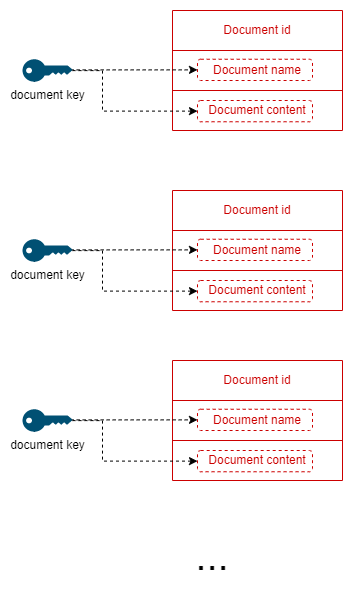
Earlier version of the draw.io export readme-images/Storage documents.drawio.png (damienmaier/encrypted-vault). Source tidied: cells renumbered, new cells last; positions are measured from the earlier drawing's top-left corner, leaving out a move shared by most shapes.
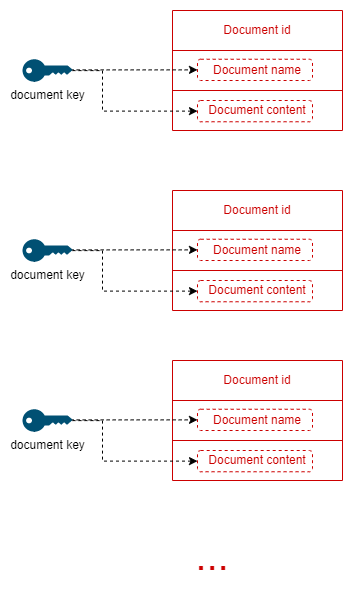
Later version of the same file.

Change to the diagram source:
```diff
@@ -42,7 +42,7 @@
     <mxCell id="11" value="document key" style="points=[[0,0.5,0],[0.24,0,0],[0.5,0.28,0],[0.995,0.475,0],[0.5,0.72,0],[0.24,1,0]];verticalLabelPosition=bottom;sketch=0;html=1;verticalAlign=top;align=center;shape=mxgraph.cisco19.key;fillColor=#005073;strokeColor=none;" parent="1" vertex="1">
       <mxGeometry y="48.8" width="50" height="22.5" as="geometry" />
     </mxCell>
-    <mxCell id="12" value="&lt;font color=&quot;#000000&quot; style=&quot;font-size: 40px;&quot;&gt;...&lt;/font&gt;" style="text;html=1;strokeColor=none;fillColor=none;align=center;verticalAlign=middle;whiteSpace=wrap;rounded=0;fontColor=#CC0000;" parent="1" vertex="1">
+    <mxCell id="12" value="&lt;font style=&quot;font-size: 40px;&quot;&gt;...&lt;/font&gt;" style="text;html=1;strokeColor=none;fillColor=none;align=center;verticalAlign=middle;whiteSpace=wrap;rounded=0;fontColor=#CC0000;" parent="1" vertex="1">
       <mxGeometry x="160" y="530" width="60" height="30" as="geometry" />
     </mxCell>
     <mxCell id="13" style="rounded=1;whiteSpace=wrap;html=1;fillColor=none;dashed=1;strokeColor=#CC0000;" parent="1" vertex="1">
```
